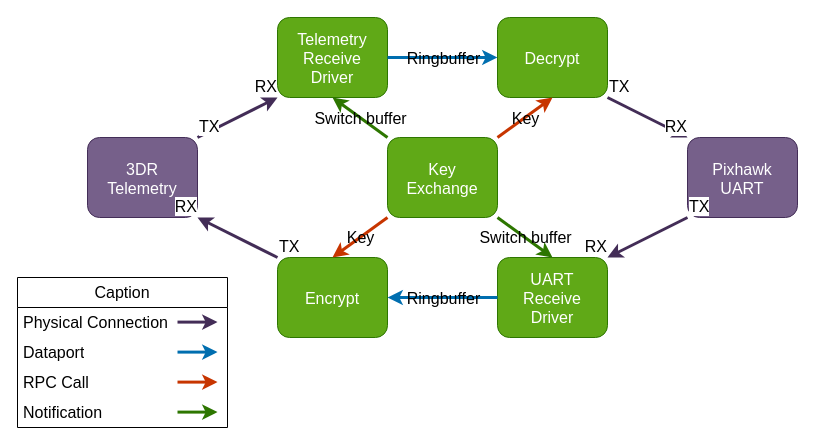
Above: pics/components.drawio in colorglass/seL4_rpi4 (draw.io), before the change. Source tidied: cells renumbered, new cells numbered last; positions are measured from the earlier drawing's top-left corner, leaving out a move shared by most shapes. Both pictures are drawn from the tidied source at 100%, with x=0, y=0 at pixel (17, 17).
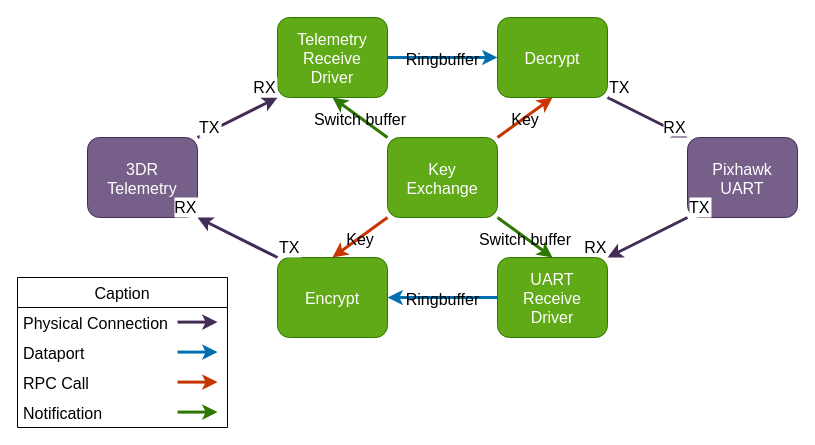
Above is the later version.

The change refers to these unchanged cells:
```xml
<mxCell id="18" style="endArrow=classic;html=1;exitX=0;exitY=0;exitDx=0;exitDy=0;entryX=0.5;entryY=1;entryDx=0;entryDy=0;strokeWidth=3;fillColor=#60a917;strokeColor=#2D7600;" parent="1" edge="1" source="8" target="3">
  <mxGeometry relative="1" as="geometry" />
</mxCell>
<mxCell id="20" style="endArrow=classic;html=1;exitX=1;exitY=1;exitDx=0;exitDy=0;entryX=0.5;entryY=0;entryDx=0;entryDy=0;strokeWidth=3;fillColor=#60a917;strokeColor=#2D7600;" parent="1" edge="1" source="8" target="7">
  <mxGeometry relative="1" as="geometry" />
</mxCell>
<mxCell id="22" style="endArrow=classic;html=1;exitX=1;exitY=0;exitDx=0;exitDy=0;entryX=0.5;entryY=1;entryDx=0;entryDy=0;strokeWidth=3;fillColor=#fa6800;strokeColor=#C73500;" parent="1" edge="1" source="8" target="4">
  <mxGeometry relative="1" as="geometry" />
</mxCell>
<mxCell id="24" style="endArrow=classic;html=1;exitX=0;exitY=1;exitDx=0;exitDy=0;entryX=0.5;entryY=0;entryDx=0;entryDy=0;strokeWidth=3;fillColor=#fa6800;strokeColor=#C73500;" parent="1" edge="1" source="8" target="5">
  <mxGeometry relative="1" as="geometry" />
</mxCell>
<mxCell id="26" style="endArrow=classic;html=1;exitX=1;exitY=0.5;exitDx=0;exitDy=0;entryX=0;entryY=0.5;entryDx=0;entryDy=0;strokeWidth=3;fillColor=#1ba1e2;strokeColor=#006EAF;" parent="1" edge="1" source="3" target="4">
  <mxGeometry relative="1" as="geometry" />
</mxCell>
<mxCell id="28" style="endArrow=classic;html=1;exitX=0;exitY=0.5;exitDx=0;exitDy=0;entryX=1;entryY=0.5;entryDx=0;entryDy=0;strokeWidth=3;fillColor=#1ba1e2;strokeColor=#006EAF;" parent="1" edge="1" source="7" target="5">
  <mxGeometry relative="1" as="geometry" />
</mxCell>
<mxCell id="30" style="endArrow=classic;html=1;exitX=1;exitY=0;exitDx=0;exitDy=0;entryX=0;entryY=1;entryDx=0;entryDy=0;strokeWidth=3;fillColor=#76608a;strokeColor=#432D57;" parent="1" edge="1" source="2" target="3">
  <mxGeometry relative="1" as="geometry" />
</mxCell>
<mxCell id="33" style="endArrow=classic;html=1;exitX=0;exitY=0;exitDx=0;exitDy=0;entryX=1;entryY=1;entryDx=0;entryDy=0;strokeWidth=3;fillColor=#76608a;strokeColor=#432D57;" parent="1" edge="1" source="5" target="2">
  <mxGeometry relative="1" as="geometry" />
</mxCell>
<mxCell id="36" style="endArrow=classic;html=1;exitX=1;exitY=1;exitDx=0;exitDy=0;entryX=0;entryY=0;entryDx=0;entryDy=0;strokeWidth=3;fillColor=#76608a;strokeColor=#432D57;" parent="1" edge="1" source="4" target="6">
  <mxGeometry relative="1" as="geometry" />
</mxCell>
<mxCell id="39" style="endArrow=classic;html=1;exitX=0;exitY=1;exitDx=0;exitDy=0;entryX=1;entryY=0;entryDx=0;entryDy=0;strokeWidth=3;fillColor=#76608a;strokeColor=#432D57;" parent="1" edge="1" source="6" target="7">
  <mxGeometry relative="1" as="geometry" />
</mxCell>
```

Diff of the diagram source:
```diff
@@
-    <mxCell id="9" value="&lt;font style=&quot;font-size: 16px;&quot;&gt;Caption&lt;/font&gt;" style="swimlane;fontStyle=0;horizontal=1;startSize=30;whiteSpace=wrap;html=1;" parent="1" vertex="1">
+    <mxCell id="9" value="Caption" style="swimlane;fontStyle=0;horizontal=1;startSize=30;fontSize=16;" parent="1" vertex="1">
       <mxGeometry y="260" width="210" height="150" as="geometry" />
     </mxCell>
-    <mxCell id="10" value="&lt;font style=&quot;font-size: 16px;&quot;&gt;Physical Connection&lt;/font&gt;" style="text;strokeColor=none;fillColor=none;align=left;verticalAlign=middle;spacingLeft=4;spacingRight=4;overflow=hidden;whiteSpace=wrap;html=1;" parent="9" vertex="1">
+    <mxCell id="10" value="Physical Connection" style="text;strokeColor=none;fillColor=none;align=left;verticalAlign=middle;spacingLeft=4;spacingRight=4;overflow=hidden;fontSize=16;" parent="9" vertex="1">
       <mxGeometry y="30" width="210" height="30" as="geometry" />
     </mxCell>
@@
-    <mxCell id="12" value="&lt;font style=&quot;font-size: 16px;&quot;&gt;Dataport&lt;/font&gt;" style="text;strokeColor=none;fillColor=none;align=left;verticalAlign=middle;spacingLeft=4;spacingRight=4;overflow=hidden;whiteSpace=wrap;html=1;" parent="9" vertex="1">
+    <mxCell id="12" value="Dataport" style="text;strokeColor=none;fillColor=none;align=left;verticalAlign=middle;spacingLeft=4;spacingRight=4;overflow=hidden;fontSize=16;" parent="9" vertex="1">
       <mxGeometry y="60" width="210" height="30" as="geometry" />
     </mxCell>
@@
-    <mxCell id="15" value="&lt;font style=&quot;font-size: 16px;&quot;&gt;RPC Call&lt;/font&gt;" style="text;strokeColor=none;fillColor=none;align=left;verticalAlign=middle;spacingLeft=4;spacingRight=4;overflow=hidden;whiteSpace=wrap;html=1;" parent="9" vertex="1">
+    <mxCell id="15" value="RPC Call" style="text;strokeColor=none;fillColor=none;align=left;verticalAlign=middle;spacingLeft=4;spacingRight=4;overflow=hidden;fontSize=16;" parent="9" vertex="1">
       <mxGeometry y="90" width="210" height="30" as="geometry" />
     </mxCell>
@@
-    <mxCell id="17" value="&lt;font style=&quot;font-size: 16px;&quot;&gt;Notification&lt;/font&gt;" style="text;strokeColor=none;fillColor=none;align=left;verticalAlign=middle;spacingLeft=4;spacingRight=4;overflow=hidden;whiteSpace=wrap;html=1;" parent="9" vertex="1">
+    <mxCell id="17" value="Notification" style="text;strokeColor=none;fillColor=none;align=left;verticalAlign=middle;spacingLeft=4;spacingRight=4;overflow=hidden;fontSize=16;" parent="9" vertex="1">
       <mxGeometry y="120" width="210" height="30" as="geometry" />
     </mxCell>
@@
-    <mxCell id="19" value="&lt;font style=&quot;font-size: 16px;&quot;&gt;Switch buffer&lt;/font&gt;" style="edgeLabel;html=1;align=center;verticalAlign=middle;labelBackgroundColor=none;" parent="18" vertex="1">
+    <mxCell id="19" value="Switch buffer" style="edgeLabel;align=center;verticalAlign=middle;labelBackgroundColor=none;fontSize=16;" parent="18" vertex="1">
       <mxGeometry relative="1" as="geometry" />
     </mxCell>
@@
-    <mxCell id="21" value="&lt;font style=&quot;font-size: 16px;&quot;&gt;Switch buffer&lt;/font&gt;" style="edgeLabel;html=1;align=center;verticalAlign=middle;labelBackgroundColor=none;" parent="20" vertex="1">
+    <mxCell id="21" value="Switch buffer" style="edgeLabel;align=center;verticalAlign=middle;labelBackgroundColor=none;fontSize=16;" parent="20" vertex="1">
       <mxGeometry relative="1" as="geometry" />
     </mxCell>
@@
-    <mxCell id="23" value="&lt;font style=&quot;font-size: 16px;&quot;&gt;Key&lt;/font&gt;" style="edgeLabel;html=1;align=center;verticalAlign=middle;labelBackgroundColor=none;" parent="22" vertex="1">
+    <mxCell id="23" value="Key" style="edgeLabel;align=center;verticalAlign=middle;labelBackgroundColor=none;fontSize=16;" parent="22" vertex="1">
       <mxGeometry relative="1" as="geometry" />
     </mxCell>
@@
-    <mxCell id="25" value="&lt;font style=&quot;font-size: 16px;&quot;&gt;Key&lt;/font&gt;" style="edgeLabel;html=1;align=center;verticalAlign=middle;labelBackgroundColor=none;" parent="24" vertex="1">
+    <mxCell id="25" value="Key" style="edgeLabel;align=center;verticalAlign=middle;labelBackgroundColor=none;fontSize=16;" parent="24" vertex="1">
       <mxGeometry relative="1" as="geometry" />
     </mxCell>
@@
-    <mxCell id="27" value="&lt;font style=&quot;font-size: 16px;&quot;&gt;Ringbuffer&lt;/font&gt;" style="edgeLabel;html=1;align=center;verticalAlign=middle;labelBackgroundColor=none;" parent="26" vertex="1">
+    <mxCell id="27" value="Ringbuffer" style="edgeLabel;align=center;verticalAlign=middle;labelBackgroundColor=none;fontSize=16;" parent="26" vertex="1">
       <mxGeometry relative="1" as="geometry" />
     </mxCell>
@@
-    <mxCell id="29" value="&lt;font style=&quot;font-size: 16px;&quot;&gt;Ringbuffer&lt;/font&gt;" style="edgeLabel;html=1;align=center;verticalAlign=middle;labelBackgroundColor=none;" parent="28" vertex="1">
+    <mxCell id="29" value="Ringbuffer" style="edgeLabel;align=center;verticalAlign=middle;labelBackgroundColor=none;fontSize=16;" parent="28" vertex="1">
       <mxGeometry relative="1" as="geometry" />
     </mxCell>
@@
-    <mxCell id="31" value="&lt;font style=&quot;font-size: 16px;&quot;&gt;TX&lt;/font&gt;" style="edgeLabel;html=1;align=left;verticalAlign=bottom;" parent="30" vertex="1">
+    <mxCell id="31" value="TX" style="edgeLabel;align=left;verticalAlign=bottom;fontSize=16;" parent="30" vertex="1">
       <mxGeometry x="-1" relative="1" as="geometry" />
     </mxCell>
-    <mxCell id="32" value="&lt;font style=&quot;font-size: 16px;&quot;&gt;RX&lt;/font&gt;" style="edgeLabel;html=1;align=right;verticalAlign=bottom;" parent="30" vertex="1">
+    <mxCell id="32" value="RX" style="edgeLabel;align=right;verticalAlign=bottom;fontSize=16;" parent="30" vertex="1">
       <mxGeometry x="1" relative="1" as="geometry" />
     </mxCell>
@@
-    <mxCell id="34" value="&lt;font style=&quot;font-size: 16px;&quot;&gt;TX&lt;/font&gt;" style="edgeLabel;html=1;align=left;verticalAlign=bottom;" parent="33" vertex="1">
+    <mxCell id="34" value="TX" style="edgeLabel;align=left;verticalAlign=bottom;fontSize=16;" parent="33" vertex="1">
       <mxGeometry x="-1" relative="1" as="geometry" />
     </mxCell>
-    <mxCell id="35" value="&lt;font style=&quot;font-size: 16px;&quot;&gt;RX&lt;/font&gt;" style="edgeLabel;html=1;align=right;verticalAlign=bottom;" parent="33" vertex="1">
+    <mxCell id="35" value="RX" style="edgeLabel;align=right;verticalAlign=bottom;fontSize=16;" parent="33" vertex="1">
       <mxGeometry x="1" relative="1" as="geometry" />
     </mxCell>
@@
-    <mxCell id="37" value="&lt;font style=&quot;font-size: 16px;&quot;&gt;TX&lt;/font&gt;" style="edgeLabel;html=1;align=left;verticalAlign=bottom;" parent="36" vertex="1">
+    <mxCell id="37" value="TX" style="edgeLabel;align=left;verticalAlign=bottom;fontSize=16;" parent="36" vertex="1">
       <mxGeometry x="-1" relative="1" as="geometry" />
     </mxCell>
-    <mxCell id="38" value="&lt;font style=&quot;font-size: 16px;&quot;&gt;RX&lt;/font&gt;" style="edgeLabel;html=1;align=right;verticalAlign=bottom;" parent="36" vertex="1">
+    <mxCell id="38" value="RX" style="edgeLabel;align=right;verticalAlign=bottom;fontSize=16;" parent="36" vertex="1">
       <mxGeometry x="1" relative="1" as="geometry" />
     </mxCell>
@@
-    <mxCell id="40" value="&lt;font style=&quot;font-size: 16px;&quot;&gt;TX&lt;/font&gt;" style="edgeLabel;html=1;align=left;verticalAlign=bottom;" parent="39" vertex="1">
+    <mxCell id="40" value="TX" style="edgeLabel;align=left;verticalAlign=bottom;fontSize=16;" parent="39" vertex="1">
       <mxGeometry x="-1" relative="1" as="geometry" />
     </mxCell>
-    <mxCell id="41" value="&lt;font style=&quot;font-size: 16px;&quot;&gt;RX&lt;/font&gt;" style="edgeLabel;html=1;align=right;verticalAlign=bottom;" parent="39" vertex="1">
+    <mxCell id="41" value="RX" style="edgeLabel;align=right;verticalAlign=bottom;fontSize=16;" parent="39" vertex="1">
       <mxGeometry x="1" relative="1" as="geometry" />
     </mxCell>
```
